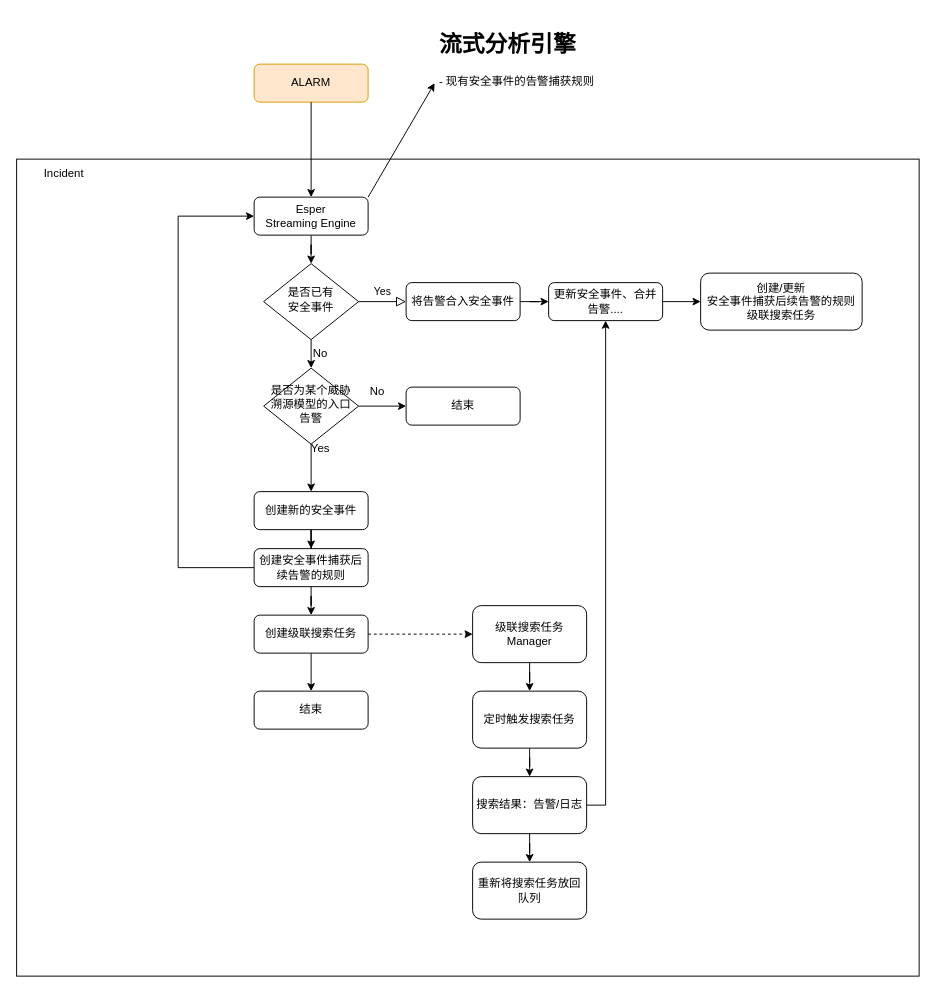
Above: incident-flow.drawio in popvlovs/popvlovs-repository (draw.io), before the change. Source tidied: cells renumbered, new cells numbered last; positions are measured from the earlier drawing's top-left corner, leaving out a move shared by most shapes. Both pictures are drawn from the tidied source at 95%, with x=0, y=0 at pixel (16, 26).
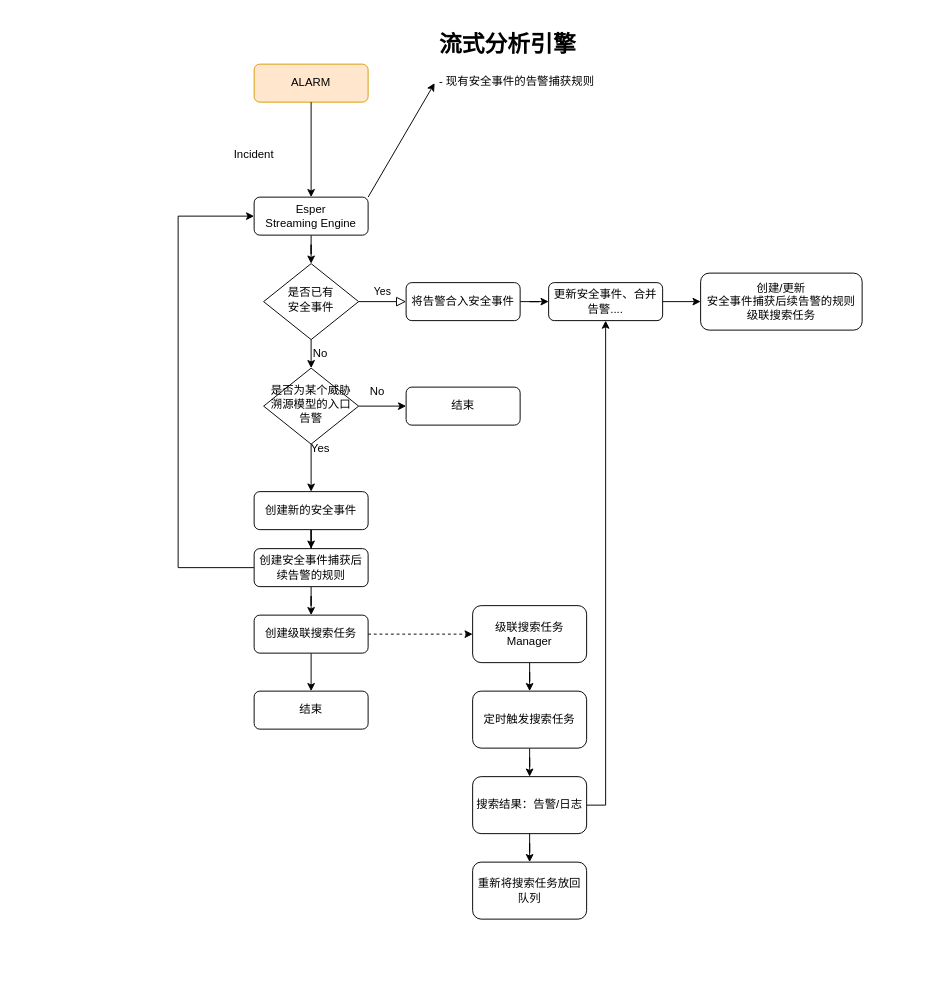
The same diagram, later.

The edit, as a diff of the source:
```diff
@@
-    <mxCell id="2" style="rounded=0;whiteSpace=wrap;html=1;" parent="1" vertex="1">
-      <mxGeometry y="140" width="950" height="860" as="geometry" />
-    </mxCell>
@@
     <mxCell id="12" value="Incident" style="text;html=1;strokeColor=none;fillColor=none;align=center;verticalAlign=middle;whiteSpace=wrap;rounded=0;" parent="1" vertex="1">
-      <mxGeometry x="20" y="140" width="60" height="30" as="geometry" />
+      <mxGeometry x="220" y="120" width="60" height="30" as="geometry" />
     </mxCell>
```
